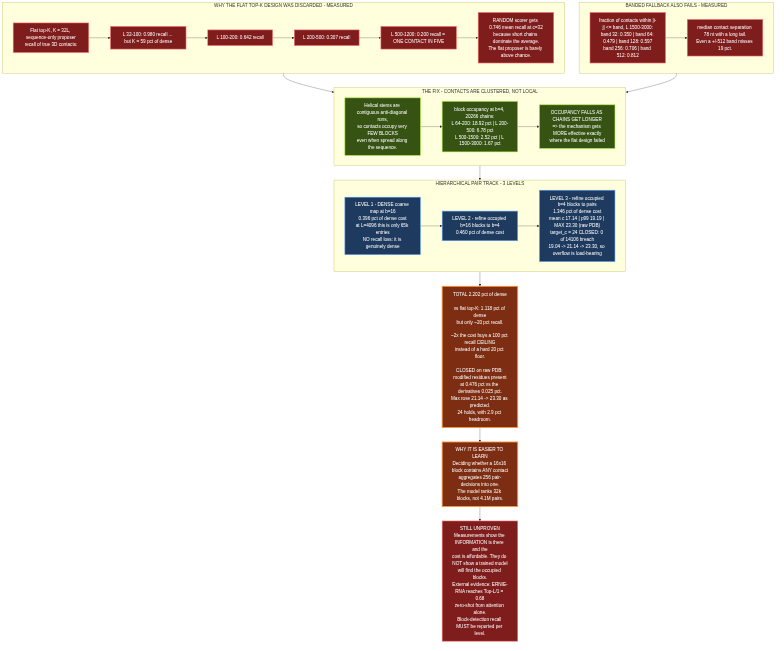
Above: research/architecture/diagrams/rendered/04-hierarchical-pair-track.png in E-Motioner-X-SBS/sbs-rna (Mermaid), before the change. Its source is kept beside it as research/architecture/diagrams/04-hierarchical-pair-track.mmd.
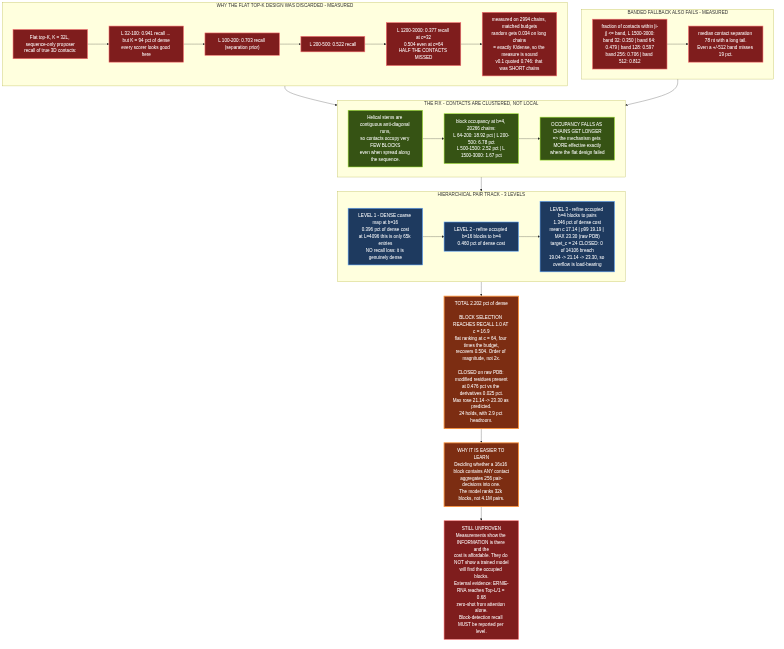
The same diagram one commit later.

Commit message:
Close open action 6: re-derive S7.1 on 2,994 chains; the case is an order of magnitude

What changed in the source:
```diff
@@ -1,11 +1,11 @@
 graph TB
     subgraph FAIL["WHY THE FLAT TOP-K DESIGN WAS DISCARDED - MEASURED"]
         F1["Flat top-K, K = 32L, sequence-only proposer<br/>recall of true 3D contacts:"]
-        F2["L 32-100: 0.980 recall ... but K = 59 pct of dense"]
-        F3["L 100-200: 0.642 recall"]
-        F4["L 200-500: 0.307 recall"]
-        F5["L 500-1200: 0.200 recall = ONE CONTACT IN FIVE"]
-        F6["RANDOM scorer gets 0.746 mean recall at c=32<br/>because short chains dominate the average.<br/>The flat proposer is barely above chance."]
+        F2["L 32-100: 0.941 recall ... but K = 94 pct of dense<br/>every scorer looks good here"]
+        F3["L 100-200: 0.703 recall (separation prior)"]
+        F4["L 200-500: 0.522 recall"]
+        F5["L 1200-3000: 0.377 recall at c=32<br/>0.504 even at c=64<br/>HALF THE CONTACTS MISSED"]
+        F6["measured on 2994 chains, matched budgets<br/>random gets 0.034 on long chains<br/>= exactly K/dense, so the measure is sound<br/>v0.1 quoted 0.746: that was SHORT chains"]
         F1 --> F2 --> F3 --> F4 --> F5 --> F6
     end
 
@@ -29,7 +29,7 @@
         L1 --> L2 --> L3
     end
 
-    TOTAL["TOTAL 2.202 pct of dense<br/><br/>vs flat top-K: 1.118 pct of dense<br/>but only ~20 pct recall.<br/><br/>~2x the cost buys a 100 pct recall CEILING<br/>instead of a hard 20 pct floor.<br/><br/>CLOSED on raw PDB: modified residues present<br/>at 0.476 pct vs the derivatives 0.025 pct.<br/>Max rose 21.14 -&gt; 23.30 as predicted.<br/>24 holds, with 2.9 pct headroom."]
+    TOTAL["TOTAL 2.202 pct of dense<br/><br/>BLOCK SELECTION REACHES RECALL 1.0 AT c = 16.9<br/>flat ranking at c = 64, four times the budget,<br/>recovers 0.504. Order of magnitude, not 2x.<br/><br/>CLOSED on raw PDB: modified residues present<br/>at 0.476 pct vs the derivatives 0.025 pct.<br/>Max rose 21.14 -&gt; 23.30 as predicted.<br/>24 holds, with 2.9 pct headroom."]
 
     EASY["WHY IT IS EASIER TO LEARN<br/>Deciding whether a 16x16 block contains ANY contact<br/>aggregates 256 pair-decisions into one.<br/>The model ranks 32k blocks, not 4.1M pairs."]
 
```
